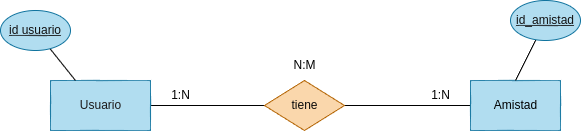
Before: tareas/tarea-3/images/ejercicio16.drawio.png, a diagram exported from draw.io (betancorge/base-datos-2). Source tidied: cells renumbered, new cells last; positions are measured from the earlier drawing's top-left corner, leaving out a move shared by most shapes.
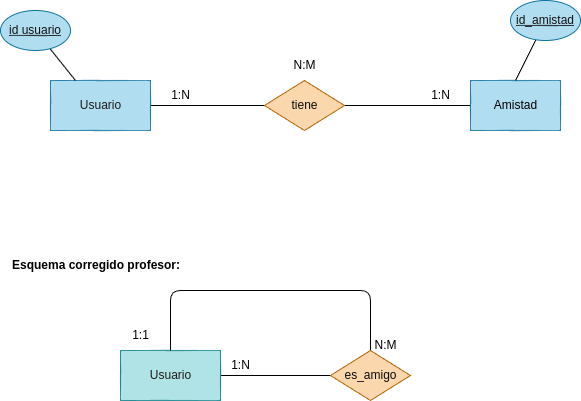
After the change.

What changed in the source:
```diff
@@ -38,5 +38,36 @@
     <mxCell id="13" value="id_amistad" style="ellipse;whiteSpace=wrap;html=1;align=center;fontStyle=4;fillColor=#b1ddf0;strokeColor=#10739e;fontColor=#121111;" parent="1" vertex="1">
       <mxGeometry x="510" width="70" height="40" as="geometry" />
     </mxCell>
+    <mxCell id="14" style="edgeStyle=none;html=1;entryX=0;entryY=0.5;entryDx=0;entryDy=0;endArrow=none;endFill=0;" parent="1" edge="1" source="15" target="17">
+      <mxGeometry relative="1" as="geometry" />
+    </mxCell>
+    <mxCell id="15" value="&lt;font color=&quot;#1d1b1b&quot;&gt;Usuario&lt;/font&gt;" style="html=1;dashed=0;whitespace=wrap;fillColor=#b0e3e6;strokeColor=#0e8088;" parent="1" vertex="1">
+      <mxGeometry x="120" y="350" width="100" height="50" as="geometry" />
+    </mxCell>
+    <mxCell id="16" style="edgeStyle=none;html=1;endArrow=none;endFill=0;" parent="1" edge="1" source="17">
+      <mxGeometry relative="1" as="geometry">
+        <mxPoint x="170" y="350" as="targetPoint" />
+        <Array as="points">
+          <mxPoint x="370" y="290" />
+          <mxPoint x="260" y="290" />
+          <mxPoint x="170" y="290" />
+        </Array>
+      </mxGeometry>
+    </mxCell>
+    <mxCell id="17" value="&lt;font color=&quot;#0a0a0a&quot;&gt;es_amigo&lt;/font&gt;" style="shape=rhombus;html=1;dashed=0;whitespace=wrap;perimeter=rhombusPerimeter;fillColor=#fad7ac;strokeColor=#b46504;" parent="1" vertex="1">
+      <mxGeometry x="330" y="350" width="80" height="50" as="geometry" />
+    </mxCell>
+    <mxCell id="18" value="1:N" style="text;html=1;align=center;verticalAlign=middle;strokeColor=none;fillColor=none;" parent="1" vertex="1">
+      <mxGeometry x="220" y="350" width="40" height="30" as="geometry" />
+    </mxCell>
+    <mxCell id="19" value="1:1" style="text;html=1;align=center;verticalAlign=middle;strokeColor=none;fillColor=none;" parent="1" vertex="1">
+      <mxGeometry x="120" y="320" width="40" height="30" as="geometry" />
+    </mxCell>
+    <mxCell id="20" value="&lt;h1 style=&quot;margin-top: 0px;&quot;&gt;&lt;font style=&quot;font-size: 12px;&quot;&gt;Esquema corregido profesor:&lt;/font&gt;&lt;/h1&gt;" style="text;html=1;whiteSpace=wrap;overflow=hidden;rounded=0;" parent="1" vertex="1">
+      <mxGeometry x="10" y="240" width="190" height="50" as="geometry" />
+    </mxCell>
+    <mxCell id="21" value="N:M" style="text;html=1;align=center;verticalAlign=middle;strokeColor=none;fillColor=none;" parent="1" vertex="1">
+      <mxGeometry x="360" y="330" width="50" height="30" as="geometry" />
+    </mxCell>
   </root>
 </mxGraphModel>
```
